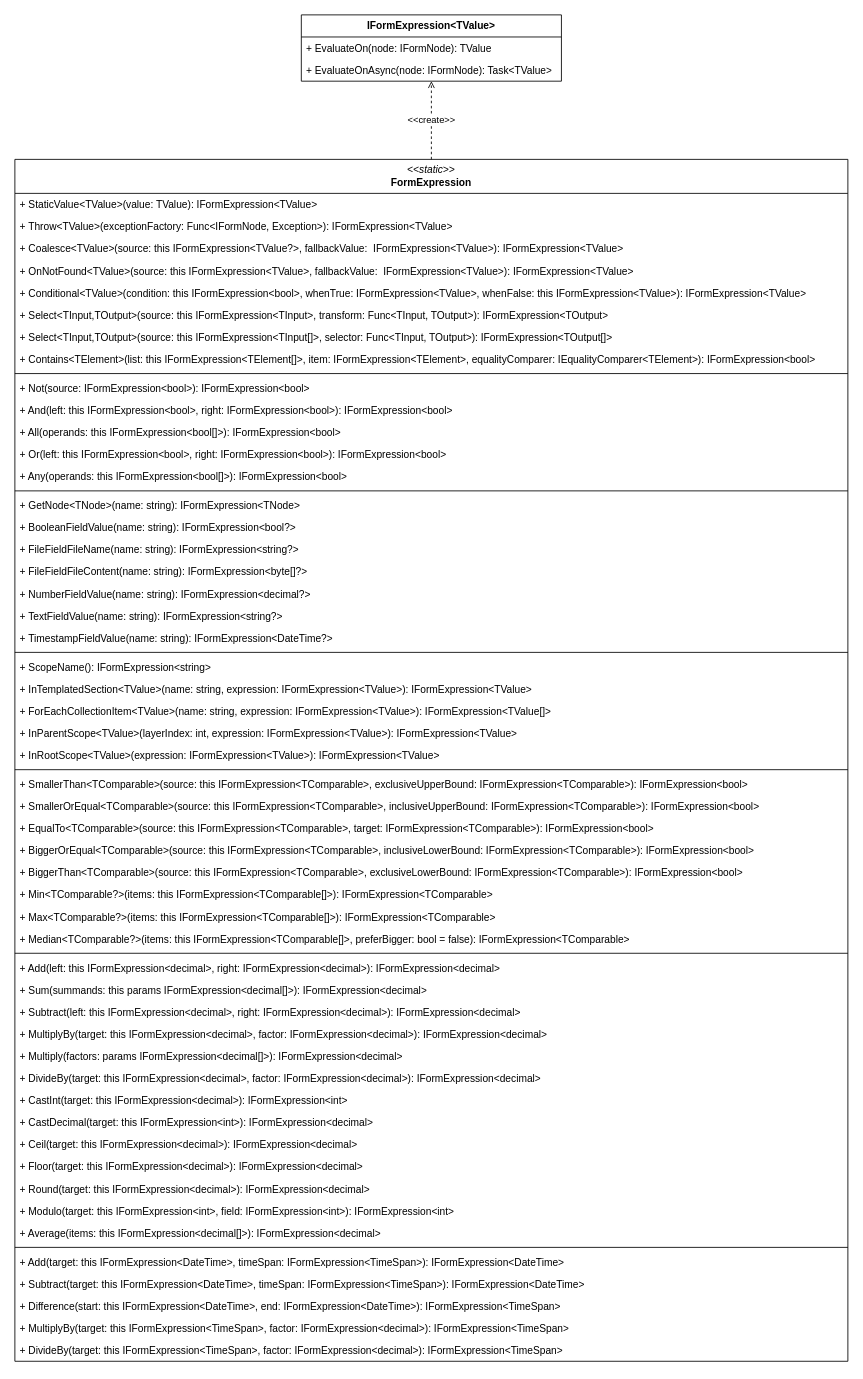
This is doc/forms-concept/expressions.drawio from RGXStorm281/common, a draw.io file, before an edit. Source tidied: cells renumbered, new cells numbered last; positions are measured from the earlier drawing's top-left corner, leaving out a move shared by most shapes. Both pictures are drawn from the tidied source at 85%, with x=0, y=0 at pixel (14, 14).
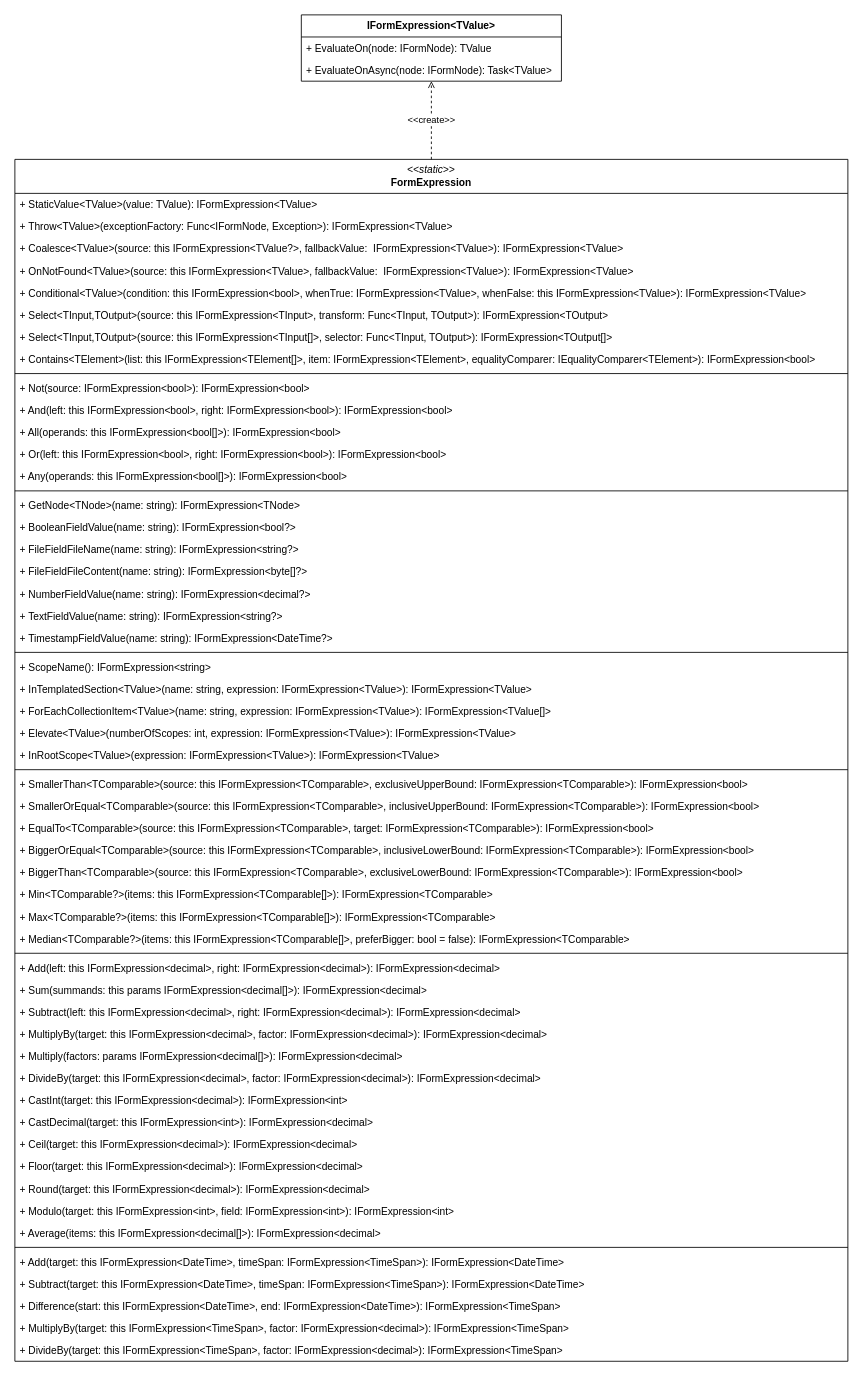
The same page after the edit.

Commit message (it also covers changes not shown here):
Reworked the elevation of expressions

Unchanged cells that the change refers to:
```xml
<mxCell id="6" value="&lt;i&gt;&amp;lt;&amp;lt;static&amp;gt;&amp;gt;&lt;/i&gt;&lt;br&gt;&lt;b&gt;FormExpression&lt;/b&gt;" style="swimlane;fontStyle=0;horizontal=1;startSize=40;fillColor=none;whiteSpace=wrap;html=1;" parent="1" vertex="1">
  <mxGeometry y="170" width="980" height="1414" as="geometry" />
</mxCell>
```

Diff of the diagram source:
```diff
@@
-    <mxCell id="33" value="+ InParentScope&amp;lt;TValue&amp;gt;(layerIndex: int, expression: IFormExpression&amp;lt;TValue&amp;gt;): IFormExpression&amp;lt;TValue&amp;gt;" style="text;strokeColor=none;fillColor=none;align=left;verticalAlign=top;spacingLeft=4;spacingRight=4;overflow=hidden;whiteSpace=wrap;html=1;" parent="6" vertex="1">
+    <mxCell id="33" value="+ Elevate&amp;lt;TValue&amp;gt;(numberOfScopes: int, expression: IFormExpression&amp;lt;TValue&amp;gt;): IFormExpression&amp;lt;TValue&amp;gt;" style="text;strokeColor=none;fillColor=none;align=left;verticalAlign=top;spacingLeft=4;spacingRight=4;overflow=hidden;whiteSpace=wrap;html=1;" parent="6" vertex="1">
       <mxGeometry y="662" width="980" height="26" as="geometry" />
     </mxCell>
```
